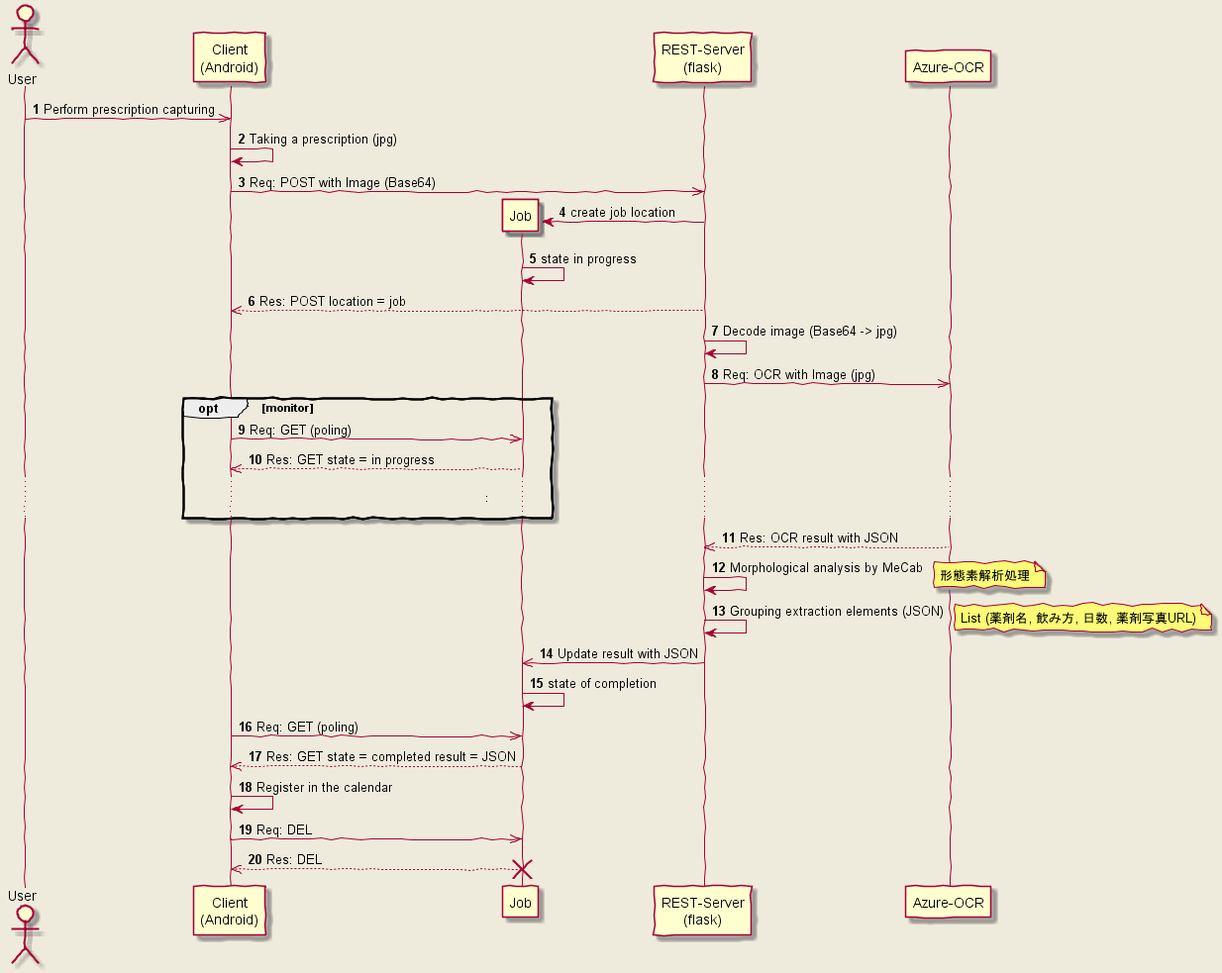
fluxion-core-biz/hack2018 keeps this PlantUML diagram as diagrams/basic-diagram.png. Above is the earlier version.
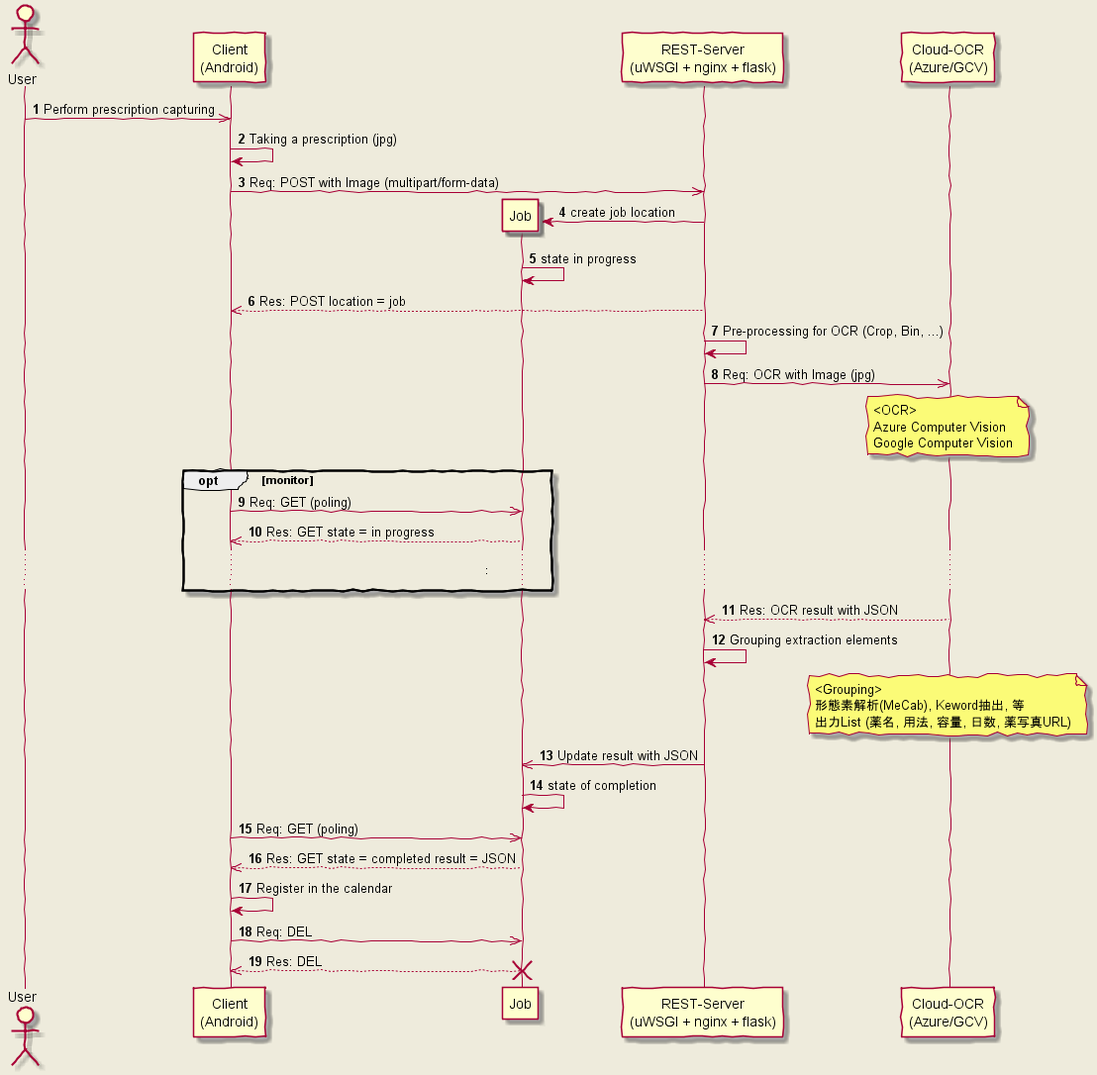
After the commit.

Commit message:
organize output

The edit, as a diff of the source:
```diff
@@ -8,20 +8,25 @@
 actor User as user
 participant "Client\n(Android)" as client
 participant "Job" as job
-participant "REST-Server\n(flask)" as rest
-participant "Azure-OCR" as azure
+participant "REST-Server\n(uWSGI + nginx + flask)" as rest
+participant "Cloud-OCR\n(Azure/GCV)" as cloud
 
 user ->> client: Perform prescription capturing
 client -> client: Taking a prescription (jpg)
-client ->> rest: Req: POST with Image (Base64)
+client ->> rest: Req: POST with Image (multipart/form-data)
 
 create job
 rest -> job: create job location
 job -> job: state in progress
 
 rest -->> client: Res: POST location = job
-rest -> rest: Decode image (Base64 -> jpg)
-rest ->> azure: Req: OCR with Image (jpg)
+rest -> rest: Pre-processing for OCR (Crop, Bin, ...)
+rest ->> cloud: Req: OCR with Image (jpg)
+note over cloud
+<OCR>
+Azure Computer Vision
+Google Computer Vision
+end note
 
 opt monitor
 client ->> job: Req: GET (poling)
@@ -29,16 +34,13 @@
 ... : ...
 end opt
 
-azure -->> rest: Res: OCR result with JSON
+cloud -->> rest: Res: OCR result with JSON
 
-rest -> rest: Morphological analysis by MeCab
-note right
-形態素解析処理
-end note
-
-rest -> rest: Grouping extraction elements (JSON)
-note right
-List (薬剤名, 飲み方, 日数, 薬剤写真URL)
+rest -> rest: Grouping extraction elements
+note over cloud
+<Grouping>
+形態素解析(MeCab), Keword抽出, 等
+出力List (薬名, 用法, 容量, 日数, 薬写真URL)
 end note
 
 rest ->> job: Update result with JSON
```
